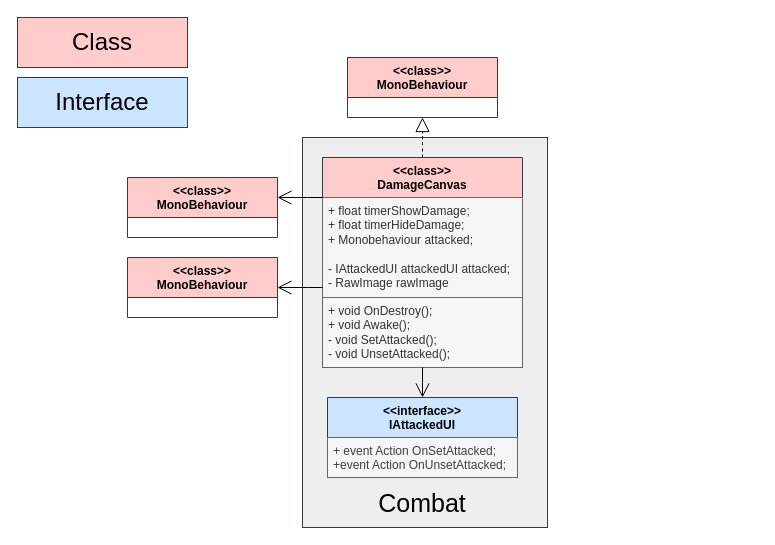
Earlier version of the draw.io diagram doc/Class_Diagram_UI.drawio (OGecgo/TheCatCult). Source tidied: cells renumbered, new cells numbered last; positions are measured from the earlier drawing's top-left corner, leaving out a move shared by most shapes. Both pictures are drawn from the tidied source at 100%, with x=0, y=0 at pixel (17, 17).
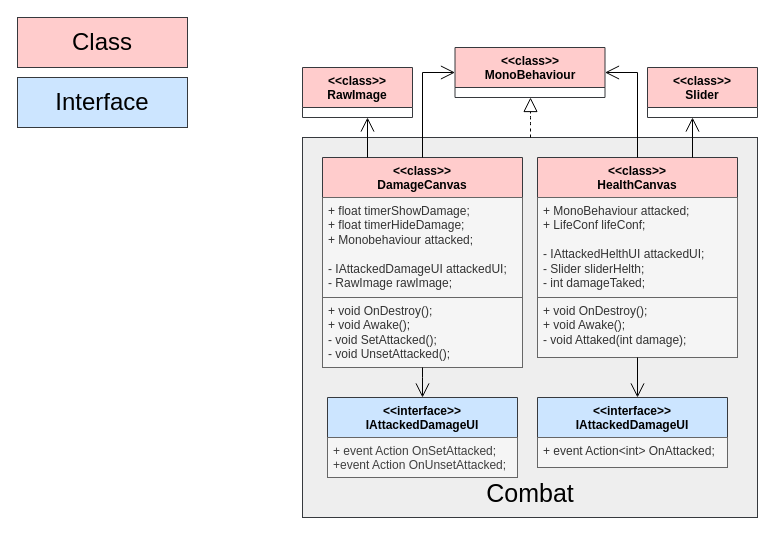
The same diagram, later.

Unchanged cells that the change refers to:
```xml
<mxCell id="4" value="&lt;div&gt;&amp;lt;&amp;lt;class&amp;gt;&amp;gt;&lt;/div&gt;&lt;div&gt;DamageCanvas&lt;/div&gt;" style="swimlane;fontStyle=1;align=center;verticalAlign=top;horizontal=1;startSize=40;whiteSpace=wrap;html=1;fillColor=#ffcccc;strokeColor=#36393d;" parent="1" vertex="1">
  <mxGeometry x="305" y="140" width="200" height="210" as="geometry" />
</mxCell>
```

What changed in the source:
```diff
@@
     <mxCell id="2" style="rounded=0;whiteSpace=wrap;html=1;fillColor=#eeeeee;strokeColor=#36393d;" parent="1" vertex="1">
-      <mxGeometry x="285" y="120" width="245" height="390" as="geometry" />
+      <mxGeometry x="285" y="120" width="455" height="380" as="geometry" />
     </mxCell>
-    <mxCell id="3" style="edgeStyle=elbowEdgeStyle;html=1;endSize=12;dashed=1;endArrow=block;endFill=0;" parent="1" edge="1" source="4" target="13">
-      <mxGeometry relative="1" as="geometry" />
-    </mxCell>
@@
-    <mxCell id="5" value="&lt;div&gt;&lt;div&gt;+ float timerShowDamage;&lt;/div&gt;&lt;/div&gt;&lt;div&gt;+ float timerHideDamage;&lt;/div&gt;&lt;div&gt;+ Monobehaviour attacked;&lt;/div&gt;&lt;div&gt;&lt;br&gt;&lt;/div&gt;&lt;div&gt;- IAttackedUI attackedUI attacked;&lt;/div&gt;&lt;div&gt;- RawImage rawImage&lt;/div&gt;" style="text;align=left;verticalAlign=top;spacingLeft=4;spacingRight=4;overflow=hidden;whiteSpace=wrap;html=1;fillColor=#f5f5f5;fontColor=#333333;strokeColor=#666666;" parent="4" vertex="1">
+    <mxCell id="5" value="&lt;div&gt;&lt;div&gt;+ float timerShowDamage;&lt;/div&gt;&lt;/div&gt;&lt;div&gt;+ float timerHideDamage;&lt;/div&gt;&lt;div&gt;+ Monobehaviour attacked;&lt;/div&gt;&lt;div&gt;&lt;br&gt;&lt;/div&gt;&lt;div&gt;- IAttackedDamageUI attackedUI;&lt;/div&gt;&lt;div&gt;- RawImage rawImage;&lt;/div&gt;" style="text;align=left;verticalAlign=top;spacingLeft=4;spacingRight=4;overflow=hidden;whiteSpace=wrap;html=1;fillColor=#f5f5f5;fontColor=#333333;strokeColor=#666666;" parent="4" vertex="1">
       <mxGeometry y="40" width="200" height="100" as="geometry" />
     </mxCell>
@@
     <mxCell id="13" value="&lt;div&gt;&amp;lt;&amp;lt;class&amp;gt;&amp;gt;&lt;/div&gt;&lt;div&gt;MonoBehaviour&lt;/div&gt;" style="swimlane;fontStyle=1;align=center;verticalAlign=top;horizontal=1;startSize=40;whiteSpace=wrap;html=1;fillColor=#ffcccc;strokeColor=#36393d;" parent="1" vertex="1">
-      <mxGeometry x="330" y="40" width="150" height="60" as="geometry" />
+      <mxGeometry x="437.5" y="30" width="150" height="50" as="geometry" />
     </mxCell>
-    <mxCell id="14" value="&lt;div&gt;&amp;lt;&amp;lt;interface&amp;gt;&amp;gt;&lt;/div&gt;&lt;div&gt;IAttackedUI&lt;/div&gt;" style="swimlane;fontStyle=1;align=center;verticalAlign=top;horizontal=1;startSize=40;whiteSpace=wrap;html=1;fillColor=#cce5ff;strokeColor=#36393d;" parent="1" vertex="1">
+    <mxCell id="14" value="&lt;div&gt;&amp;lt;&amp;lt;interface&amp;gt;&amp;gt;&lt;/div&gt;&lt;div&gt;IAttackedDamageUI&lt;/div&gt;" style="swimlane;fontStyle=1;align=center;verticalAlign=top;horizontal=1;startSize=40;whiteSpace=wrap;html=1;fillColor=#cce5ff;strokeColor=#36393d;" parent="1" vertex="1">
       <mxGeometry x="310" y="380" width="190" height="80" as="geometry" />
     </mxCell>
@@
     <mxCell id="16" value="Combat" style="text;html=1;align=center;verticalAlign=middle;whiteSpace=wrap;rounded=0;fontSize=25;" parent="1" vertex="1">
-      <mxGeometry x="320" y="470" width="170" height="30" as="geometry" />
+      <mxGeometry x="427.5" y="460" width="170" height="30" as="geometry" />
     </mxCell>
-    <mxCell id="17" value="&lt;div&gt;&amp;lt;&amp;lt;class&amp;gt;&amp;gt;&lt;/div&gt;&lt;div&gt;MonoBehaviour&lt;/div&gt;" style="swimlane;fontStyle=1;align=center;verticalAlign=top;horizontal=1;startSize=40;whiteSpace=wrap;html=1;fillColor=#ffcccc;strokeColor=#36393d;" parent="1" vertex="1">
-      <mxGeometry x="110" y="160" width="150" height="60" as="geometry" />
+    <mxCell id="17" value="&lt;div&gt;&amp;lt;&amp;lt;class&amp;gt;&amp;gt;&lt;/div&gt;&lt;div&gt;RawImage&lt;/div&gt;" style="swimlane;fontStyle=1;align=center;verticalAlign=top;horizontal=1;startSize=40;whiteSpace=wrap;html=1;fillColor=#ffcccc;strokeColor=#36393d;" parent="1" vertex="1">
+      <mxGeometry x="285" y="50" width="110" height="50" as="geometry" />
     </mxCell>
-    <mxCell id="18" value="&lt;div&gt;&amp;lt;&amp;lt;class&amp;gt;&amp;gt;&lt;/div&gt;&lt;div&gt;MonoBehaviour&lt;/div&gt;" style="swimlane;fontStyle=1;align=center;verticalAlign=top;horizontal=1;startSize=40;whiteSpace=wrap;html=1;fillColor=#ffcccc;strokeColor=#36393d;" parent="1" vertex="1">
-      <mxGeometry x="110" y="240" width="150" height="60" as="geometry" />
-    </mxCell>
     <mxCell id="19" style="edgeStyle=elbowEdgeStyle;html=1;endSize=12;endArrow=open;endFill=0;rounded=0;elbow=vertical;" parent="1" edge="1" source="4" target="14">
-      <mxGeometry relative="1" as="geometry" />
+      <mxGeometry relative="1" as="geometry">
+        <Array as="points">
+          <mxPoint x="405" y="360" />
+        </Array>
+      </mxGeometry>
     </mxCell>
-    <mxCell id="20" style="edgeStyle=elbowEdgeStyle;html=1;endSize=12;endArrow=open;endFill=0;rounded=0;curved=0;" parent="1" edge="1" source="4" target="17">
-      <mxGeometry relative="1" as="geometry">
-        <Array as="points">
-          <mxPoint x="290" y="180" />
-        </Array>
-      </mxGeometry>
+    <mxCell id="20" style="html=1;endSize=12;endArrow=open;endFill=0;rounded=0;edgeStyle=elbowEdgeStyle;" parent="1" edge="1" source="4" target="17">
+      <mxGeometry relative="1" as="geometry" />
     </mxCell>
-    <mxCell id="21" style="edgeStyle=elbowEdgeStyle;html=1;endSize=12;endArrow=open;endFill=0;rounded=0;curved=0;" parent="1" edge="1" source="4" target="18">
+    <mxCell id="21" style="html=1;endSize=12;endArrow=open;endFill=0;rounded=0;edgeStyle=elbowEdgeStyle;" parent="1" edge="1" source="4" target="13">
       <mxGeometry relative="1" as="geometry">
         <Array as="points">
-          <mxPoint x="290" y="270" />
+          <mxPoint x="405" y="150" />
         </Array>
       </mxGeometry>
     </mxCell>
+    <mxCell id="22" value="&lt;div&gt;&amp;lt;&amp;lt;class&amp;gt;&amp;gt;&lt;/div&gt;&lt;div&gt;HealthCanvas&lt;/div&gt;" style="swimlane;fontStyle=1;align=center;verticalAlign=top;horizontal=1;startSize=40;whiteSpace=wrap;html=1;fillColor=#ffcccc;strokeColor=#36393d;" parent="1" vertex="1">
+      <mxGeometry x="520" y="140" width="200" height="200" as="geometry" />
+    </mxCell>
+    <mxCell id="23" value="+ MonoBehaviour attacked;&lt;div&gt;+&amp;nbsp;LifeConf lifeConf;&lt;/div&gt;&lt;div&gt;&lt;br&gt;&lt;/div&gt;&lt;div&gt;&lt;div&gt;- IAttackedHelthUI attackedUI;&lt;/div&gt;&lt;div&gt;- Slider sliderHelth;&lt;/div&gt;&lt;div&gt;- int damageTaked;&lt;/div&gt;&lt;/div&gt;" style="text;align=left;verticalAlign=top;spacingLeft=4;spacingRight=4;overflow=hidden;whiteSpace=wrap;html=1;fillColor=#f5f5f5;fontColor=#333333;strokeColor=#666666;" parent="22" vertex="1">
+      <mxGeometry y="40" width="200" height="100" as="geometry" />
+    </mxCell>
+    <mxCell id="24" value="&lt;div&gt;&lt;div&gt;+ void OnDestroy();&lt;/div&gt;&lt;/div&gt;&lt;div&gt;+ void Awake();&lt;/div&gt;&lt;div&gt;- void Attaked(int damage);&lt;/div&gt;" style="text;align=left;verticalAlign=top;spacingLeft=4;spacingRight=4;overflow=hidden;whiteSpace=wrap;html=1;fillColor=#f5f5f5;fontColor=#333333;strokeColor=#666666;" parent="22" vertex="1">
+      <mxGeometry y="140" width="200" height="60" as="geometry" />
+    </mxCell>
+    <mxCell id="25" value="&lt;div&gt;&amp;lt;&amp;lt;interface&amp;gt;&amp;gt;&lt;/div&gt;&lt;div&gt;IAttackedDamageUI&lt;/div&gt;" style="swimlane;fontStyle=1;align=center;verticalAlign=top;horizontal=1;startSize=40;whiteSpace=wrap;html=1;fillColor=#cce5ff;strokeColor=#36393d;" parent="1" vertex="1">
+      <mxGeometry x="520" y="380" width="190" height="70" as="geometry" />
+    </mxCell>
+    <mxCell id="26" value="&lt;div&gt;&lt;div&gt;+ event Action&amp;lt;int&amp;gt; OnAttacked;&lt;/div&gt;&lt;/div&gt;" style="text;align=left;verticalAlign=top;spacingLeft=4;spacingRight=4;overflow=hidden;whiteSpace=wrap;html=1;fillColor=#f5f5f5;fontColor=#333333;strokeColor=#666666;" parent="25" vertex="1">
+      <mxGeometry y="40" width="190" height="30" as="geometry" />
+    </mxCell>
+    <mxCell id="27" style="edgeStyle=elbowEdgeStyle;html=1;endSize=12;endArrow=open;endFill=0;rounded=0;elbow=vertical;" parent="1" edge="1" source="22" target="25">
+      <mxGeometry relative="1" as="geometry">
+        <Array as="points">
+          <mxPoint x="610" y="320" />
+        </Array>
+      </mxGeometry>
+    </mxCell>
+    <mxCell id="28" style="edgeStyle=elbowEdgeStyle;html=1;endSize=12;dashed=1;endArrow=block;endFill=0;" parent="1" edge="1" source="2" target="13">
+      <mxGeometry relative="1" as="geometry" />
+    </mxCell>
+    <mxCell id="29" value="&lt;div&gt;&amp;lt;&amp;lt;class&amp;gt;&amp;gt;&lt;/div&gt;&lt;div&gt;Slider&lt;/div&gt;" style="swimlane;fontStyle=1;align=center;verticalAlign=top;horizontal=1;startSize=40;whiteSpace=wrap;html=1;fillColor=#ffcccc;strokeColor=#36393d;" parent="1" vertex="1">
+      <mxGeometry x="630" y="50" width="110" height="50" as="geometry" />
+    </mxCell>
+    <mxCell id="30" style="html=1;endSize=12;endArrow=open;endFill=0;rounded=0;edgeStyle=elbowEdgeStyle;" parent="1" edge="1" source="22" target="13">
+      <mxGeometry relative="1" as="geometry">
+        <Array as="points">
+          <mxPoint x="620" y="110" />
+        </Array>
+      </mxGeometry>
+    </mxCell>
+    <mxCell id="31" style="html=1;endSize=12;endArrow=open;endFill=0;rounded=0;edgeStyle=elbowEdgeStyle;" parent="1" edge="1" source="22" target="29">
+      <mxGeometry relative="1" as="geometry" />
+    </mxCell>
```
